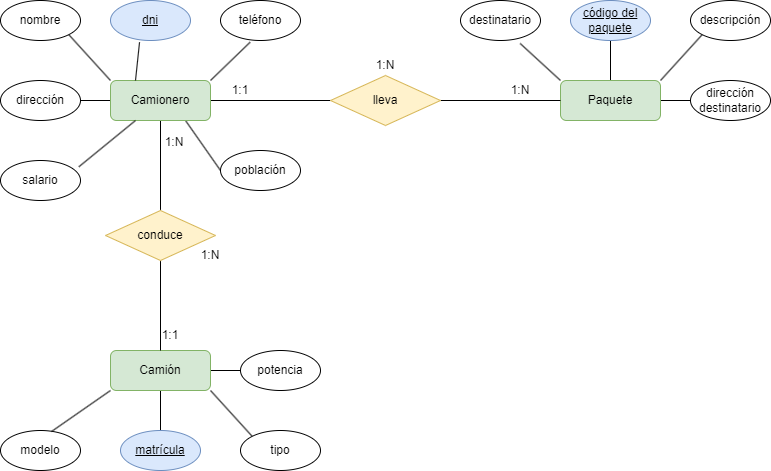
Before: Unidad-1/Tareas/Tarea-3/Ejercicio4.drawio.png, a diagram exported from draw.io (LuisMGlez/base-datos). Source tidied: cells renumbered, new cells last; positions are measured from the earlier drawing's top-left corner, leaving out a move shared by most shapes.
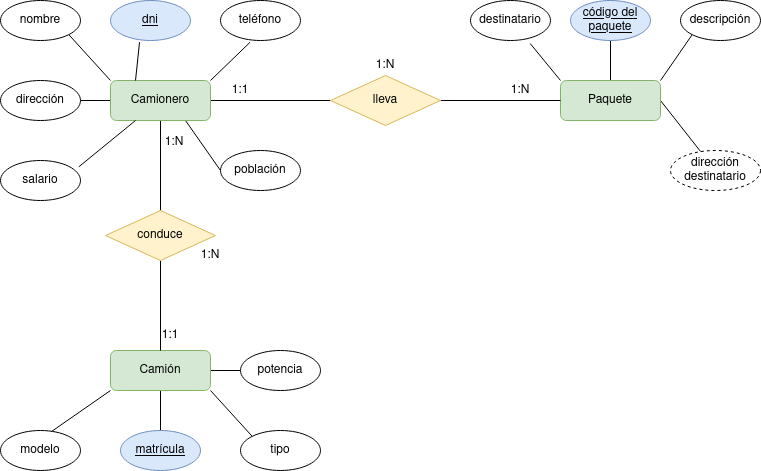
Later version of the same file.

Change to the diagram source:
```diff
@@ -38,7 +38,7 @@
     <mxCell id="13" style="rounded=0;jettySize=auto;html=1;exitX=1;exitY=0;exitDx=0;exitDy=0;entryX=0;entryY=1;entryDx=0;entryDy=0;endArrow=none;endFill=0;" parent="1" edge="1" source="15" target="24">
       <mxGeometry relative="1" as="geometry" />
     </mxCell>
-    <mxCell id="14" style="rounded=0;jettySize=auto;html=1;exitX=1;exitY=0.5;exitDx=0;exitDy=0;entryX=0;entryY=0.5;entryDx=0;entryDy=0;endArrow=none;endFill=0;" parent="1" edge="1" source="15" target="22">
+    <mxCell id="14" style="rounded=0;jettySize=auto;html=1;exitX=1;exitY=0.5;exitDx=0;exitDy=0;endArrow=none;endFill=0;" parent="1" edge="1" source="15" target="22">
       <mxGeometry relative="1" as="geometry" />
     </mxCell>
     <mxCell id="15" value="Paquete" style="rounded=1;whiteSpace=wrap;html=1;fillColor=#d5e8d4;strokeColor=#82b366;" parent="1" vertex="1">
@@ -62,14 +62,11 @@
     <mxCell id="21" value="tipo" style="ellipse;whiteSpace=wrap;html=1;" parent="1" vertex="1">
       <mxGeometry x="240" y="430" width="80" height="40" as="geometry" />
     </mxCell>
-    <mxCell id="22" value="dirección destinatario" style="ellipse;whiteSpace=wrap;html=1;" parent="1" vertex="1">
-      <mxGeometry x="690" y="80" width="80" height="40" as="geometry" />
-    </mxCell>
     <mxCell id="23" value="destinatario" style="ellipse;whiteSpace=wrap;html=1;" parent="1" vertex="1">
-      <mxGeometry x="460" width="80" height="40" as="geometry" />
+      <mxGeometry x="470" width="80" height="40" as="geometry" />
     </mxCell>
     <mxCell id="24" value="descripción" style="ellipse;whiteSpace=wrap;html=1;" parent="1" vertex="1">
-      <mxGeometry x="690" width="80" height="40" as="geometry" />
+      <mxGeometry x="680" width="80" height="40" as="geometry" />
     </mxCell>
     <mxCell id="25" value="&lt;u&gt;código del paquete&lt;/u&gt;" style="ellipse;whiteSpace=wrap;html=1;fillColor=#dae8fc;strokeColor=#6c8ebf;" parent="1" vertex="1">
       <mxGeometry x="570" width="80" height="40" as="geometry" />
@@ -131,5 +128,8 @@
     <mxCell id="44" value="1:N" style="text;strokeColor=none;align=center;fillColor=none;html=1;verticalAlign=middle;whiteSpace=wrap;rounded=0;" parent="1" vertex="1">
       <mxGeometry x="180" y="240" width="60" height="30" as="geometry" />
     </mxCell>
+    <mxCell id="22" value="dirección destinatario" style="ellipse;whiteSpace=wrap;html=1;align=center;dashed=1;" parent="1" vertex="1">
+      <mxGeometry x="670" y="150" width="90" height="40" as="geometry" />
+    </mxCell>
   </root>
 </mxGraphModel>
```
